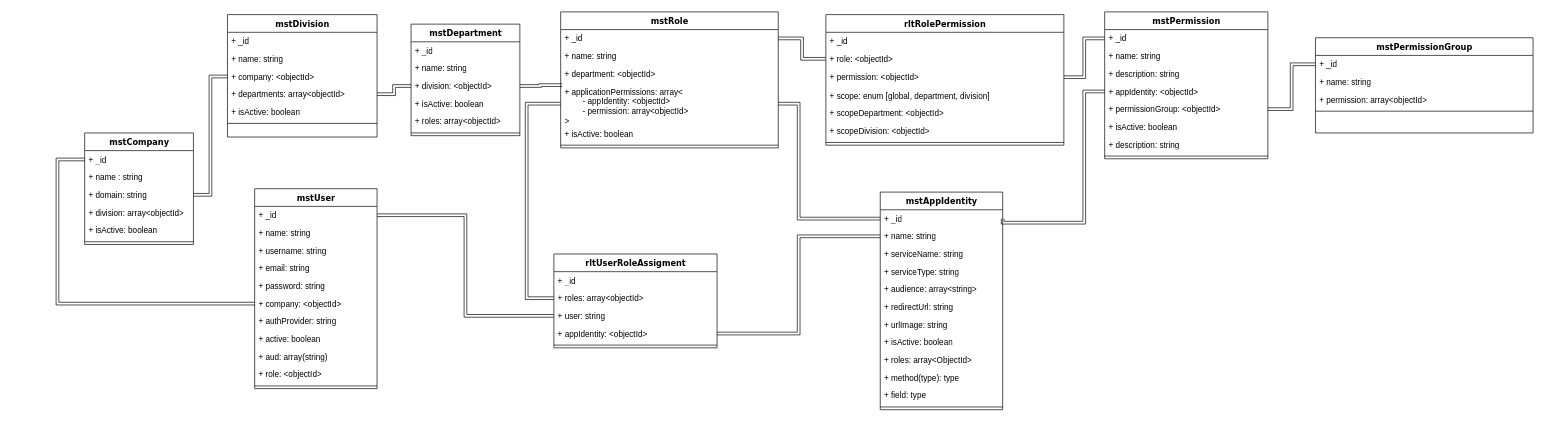
Before: star-sso-api.drawio in CodebarPhantom/aws-diagram, a draw.io diagram. Source tidied: cells renumbered, new cells numbered last; positions are measured from the earlier drawing's top-left corner, leaving out a move shared by most shapes. Both pictures are drawn from the tidied source at 68%, with x=0, y=0 at pixel (57, 12).
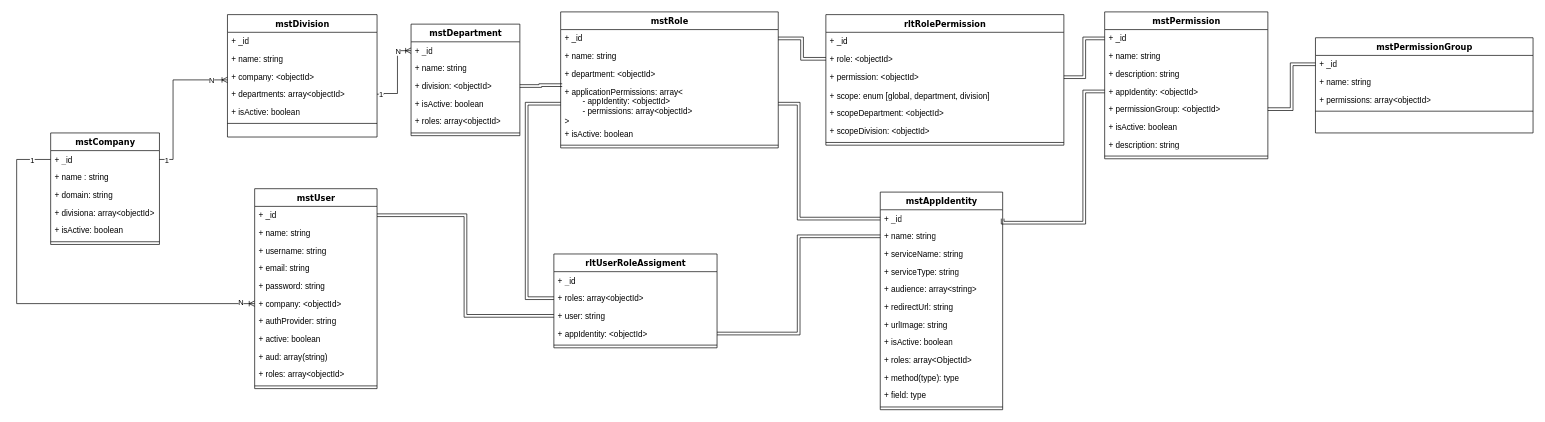
Above is the later version.

The change refers to these unchanged cells:
```xml
<mxCell id="3" value="+ _id" style="text;html=1;strokeColor=none;fillColor=none;align=left;verticalAlign=top;spacingLeft=4;spacingRight=4;whiteSpace=wrap;overflow=hidden;points=[[0,0.5],[1,0.5]];portConstraint=eastwest;" parent="2" vertex="1">
  <mxGeometry y="26" width="160" height="26" as="geometry" />
</mxCell>
<mxCell id="5" value="+ domain: string" style="text;html=1;strokeColor=none;fillColor=none;align=left;verticalAlign=top;spacingLeft=4;spacingRight=4;whiteSpace=wrap;overflow=hidden;points=[[0,0.5],[1,0.5]];portConstraint=eastwest;" parent="2" vertex="1">
  <mxGeometry y="78" width="160" height="26" as="geometry" />
</mxCell>
<mxCell id="10" value="+ _id" style="text;html=1;strokeColor=none;fillColor=none;align=left;verticalAlign=top;spacingLeft=4;spacingRight=4;whiteSpace=wrap;overflow=hidden;points=[[0,0.5],[1,0.5]];portConstraint=eastwest;" parent="9" vertex="1">
  <mxGeometry y="26" width="160" height="26" as="geometry" />
</mxCell>
<mxCell id="12" value="+ division: &amp;lt;objectId&amp;gt;" style="text;html=1;strokeColor=none;fillColor=none;align=left;verticalAlign=top;spacingLeft=4;spacingRight=4;whiteSpace=wrap;overflow=hidden;points=[[0,0.5],[1,0.5]];portConstraint=eastwest;" parent="9" vertex="1">
  <mxGeometry y="78" width="160" height="26" as="geometry" />
</mxCell>
<mxCell id="16" value="mstPermissionGroup" style="swimlane;html=1;fontStyle=1;align=center;verticalAlign=top;horizontal=1;startSize=26;swimlaneFillColor=#ffffff;rounded=0;shadow=0;comic=0;labelBackgroundColor=none;strokeWidth=1;fillColor=none;fontFamily=Verdana;fontSize=12;" parent="1" vertex="1">
  <mxGeometry x="1850" y="38" width="320" height="140" as="geometry" />
</mxCell>
<mxCell id="24" value="+ company: &amp;lt;objectId&amp;gt;" style="text;html=1;strokeColor=none;fillColor=none;align=left;verticalAlign=top;spacingLeft=4;spacingRight=4;whiteSpace=wrap;overflow=hidden;points=[[0,0.5],[1,0.5]];portConstraint=eastwest;" parent="21" vertex="1">
  <mxGeometry y="78" width="220" height="26" as="geometry" />
</mxCell>
<mxCell id="25" value="+ departments: array&amp;lt;objectId&amp;gt;" style="text;html=1;strokeColor=none;fillColor=none;align=left;verticalAlign=top;spacingLeft=4;spacingRight=4;whiteSpace=wrap;overflow=hidden;points=[[0,0.5],[1,0.5]];portConstraint=eastwest;" parent="21" vertex="1">
  <mxGeometry y="104" width="220" height="26" as="geometry" />
</mxCell>
<mxCell id="47" value="mstUser" style="swimlane;html=1;fontStyle=1;align=center;verticalAlign=top;horizontal=1;startSize=26;swimlaneFillColor=#ffffff;rounded=0;shadow=0;comic=0;labelBackgroundColor=none;strokeWidth=1;fillColor=none;fontFamily=Verdana;fontSize=12;" parent="1" vertex="1">
  <mxGeometry x="290" y="260" width="180" height="294" as="geometry" />
</mxCell>
<mxCell id="53" value="+ company: &amp;lt;objectId&amp;gt;" style="text;html=1;strokeColor=none;fillColor=none;align=left;verticalAlign=top;spacingLeft=4;spacingRight=4;whiteSpace=wrap;overflow=hidden;points=[[0,0.5],[1,0.5]];portConstraint=eastwest;" parent="47" vertex="1">
  <mxGeometry y="156" width="180" height="26" as="geometry" />
</mxCell>
<mxCell id="76" value="mstRole" style="swimlane;html=1;fontStyle=1;align=center;verticalAlign=top;horizontal=1;startSize=26;swimlaneFillColor=#ffffff;rounded=0;shadow=0;comic=0;labelBackgroundColor=none;strokeWidth=1;fillColor=none;fontFamily=Verdana;fontSize=12;" parent="1" vertex="1">
  <mxGeometry x="740" width="320" height="200" as="geometry" />
</mxCell>
```

What changed in the source:
```diff
@@
     <mxCell id="2" value="mstCompany" style="swimlane;html=1;fontStyle=1;align=center;verticalAlign=top;horizontal=1;startSize=26;swimlaneFillColor=#ffffff;rounded=0;shadow=0;comic=0;labelBackgroundColor=none;strokeWidth=1;fillColor=none;fontFamily=Verdana;fontSize=12;" parent="1" vertex="1">
-      <mxGeometry x="40" y="178" width="160" height="164" as="geometry" />
+      <mxGeometry x="-10" y="178" width="160" height="164" as="geometry" />
     </mxCell>
@@
-    <mxCell id="6" value="+ division: array&amp;lt;objectId&amp;gt;" style="text;html=1;strokeColor=none;fillColor=none;align=left;verticalAlign=top;spacingLeft=4;spacingRight=4;whiteSpace=wrap;overflow=hidden;" parent="2" vertex="1">
+    <mxCell id="6" value="+ divisiona: array&amp;lt;objectId&amp;gt;" style="text;html=1;strokeColor=none;fillColor=none;align=left;verticalAlign=top;spacingLeft=4;spacingRight=4;whiteSpace=wrap;overflow=hidden;" parent="2" vertex="1">
       <mxGeometry y="104" width="160" height="26" as="geometry" />
     </mxCell>
@@
-    <mxCell id="19" value="+ permission: array&amp;lt;objectId&amp;gt;" style="text;html=1;strokeColor=none;fillColor=none;align=left;verticalAlign=top;spacingLeft=4;spacingRight=4;whiteSpace=wrap;overflow=hidden;" parent="16" vertex="1">
+    <mxCell id="19" value="+ permissions: array&amp;lt;objectId&amp;gt;" style="text;html=1;strokeColor=none;fillColor=none;align=left;verticalAlign=top;spacingLeft=4;spacingRight=4;whiteSpace=wrap;overflow=hidden;" parent="16" vertex="1">
       <mxGeometry y="78" width="320" height="26" as="geometry" />
     </mxCell>
@@
-    <mxCell id="57" value="+ role: &amp;lt;objectId&amp;gt;" style="text;html=1;strokeColor=none;fillColor=none;align=left;verticalAlign=top;spacingLeft=4;spacingRight=4;whiteSpace=wrap;overflow=hidden;" parent="47" vertex="1">
+    <mxCell id="57" value="+ roles: array&amp;lt;objectId&amp;gt;" style="text;html=1;strokeColor=none;fillColor=none;align=left;verticalAlign=top;spacingLeft=4;spacingRight=4;whiteSpace=wrap;overflow=hidden;" parent="47" vertex="1">
       <mxGeometry y="260" width="180" height="26" as="geometry" />
     </mxCell>
@@
-    <mxCell id="80" value="+ applicationPermissions: array&amp;lt;&lt;div&gt;&lt;span style=&quot;background-color: transparent; color: light-dark(rgb(0, 0, 0), rgb(255, 255, 255));&quot;&gt;&lt;span style=&quot;white-space: pre;&quot;&gt;&#9;&lt;/span&gt;- appIdentity: &amp;lt;objectId&amp;gt;&lt;/span&gt;&lt;/div&gt;&lt;div&gt;&lt;span style=&quot;background-color: transparent; color: light-dark(rgb(0, 0, 0), rgb(255, 255, 255));&quot;&gt;&lt;span style=&quot;white-space: pre;&quot;&gt;&#9;&lt;/span&gt;- permission: array&amp;lt;objectId&amp;gt;&lt;/span&gt;&lt;/div&gt;&lt;div&gt;&lt;span style=&quot;background-color: transparent; color: light-dark(rgb(0, 0, 0), rgb(255, 255, 255));&quot;&gt;&amp;gt;&amp;nbsp;&lt;/span&gt;&lt;/div&gt;" style="text;html=1;strokeColor=none;fillColor=none;align=left;verticalAlign=top;spacingLeft=4;spacingRight=4;whiteSpace=wrap;overflow=hidden;points=[[0,0.5],[1,0.5]];portConstraint=eastwest;" parent="76" vertex="1">
+    <mxCell id="80" value="+ applicationPermissions: array&amp;lt;&lt;div&gt;&lt;span style=&quot;background-color: transparent; color: light-dark(rgb(0, 0, 0), rgb(255, 255, 255));&quot;&gt;&lt;span style=&quot;white-space: pre;&quot;&gt;&#9;&lt;/span&gt;- appIdentity: &amp;lt;objectId&amp;gt;&lt;/span&gt;&lt;/div&gt;&lt;div&gt;&lt;span style=&quot;background-color: transparent; color: light-dark(rgb(0, 0, 0), rgb(255, 255, 255));&quot;&gt;&lt;span style=&quot;white-space: pre;&quot;&gt;&#9;&lt;/span&gt;- permissions: array&amp;lt;objectId&amp;gt;&lt;/span&gt;&lt;/div&gt;&lt;div&gt;&lt;span style=&quot;background-color: transparent; color: light-dark(rgb(0, 0, 0), rgb(255, 255, 255));&quot;&gt;&amp;gt;&amp;nbsp;&lt;/span&gt;&lt;/div&gt;" style="text;html=1;strokeColor=none;fillColor=none;align=left;verticalAlign=top;spacingLeft=4;spacingRight=4;whiteSpace=wrap;overflow=hidden;points=[[0,0.5],[1,0.5]];portConstraint=eastwest;" parent="76" vertex="1">
       <mxGeometry y="104" width="320" height="62" as="geometry" />
     </mxCell>
@@
-    <mxCell id="83" style="edgeStyle=orthogonalEdgeStyle;rounded=0;jettySize=auto;html=1;exitX=1;exitY=0.5;exitDx=0;exitDy=0;entryX=0;entryY=0.5;entryDx=0;entryDy=0;shape=link;" parent="1" edge="1" source="5" target="24">
-      <mxGeometry relative="1" as="geometry" />
-    </mxCell>
-    <mxCell id="84" style="edgeStyle=orthogonalEdgeStyle;rounded=0;jettySize=auto;html=1;shape=link;" parent="1" edge="1" source="25" target="12">
-      <mxGeometry relative="1" as="geometry" />
-    </mxCell>
@@
-    <mxCell id="91" style="edgeStyle=orthogonalEdgeStyle;rounded=0;jettySize=auto;html=1;exitX=0;exitY=0.5;exitDx=0;exitDy=0;entryX=0;entryY=0.5;entryDx=0;entryDy=0;shape=link;" parent="1" edge="1" source="3" target="53">
-      <mxGeometry relative="1" as="geometry">
-        <Array as="points">
-          <mxPoint y="217" />
-          <mxPoint y="429" />
-        </Array>
-      </mxGeometry>
-    </mxCell>
@@
+    <mxCell id="91" style="edgeStyle=orthogonalEdgeStyle;fontSize=12;html=1;endArrow=ERoneToMany;rounded=0;exitX=0;exitY=0.5;exitDx=0;exitDy=0;entryX=0;entryY=0.5;entryDx=0;entryDy=0;" parent="1" edge="1" source="3" target="53">
+      <mxGeometry relative="1" as="geometry">
+        <Array as="points">
+          <mxPoint x="-60" y="217" />
+          <mxPoint x="-60" y="429" />
+        </Array>
+      </mxGeometry>
+    </mxCell>
+    <mxCell id="95" value="1" style="edgeLabel;html=1;align=center;verticalAlign=middle;" parent="91" vertex="1">
+      <mxGeometry x="-0.91" relative="1" as="geometry" />
+    </mxCell>
+    <mxCell id="96" value="N" style="edgeLabel;html=1;align=center;verticalAlign=middle;" parent="91" vertex="1">
+      <mxGeometry x="0.58" y="2" relative="1" as="geometry">
+        <mxPoint x="108" as="offset" />
+      </mxGeometry>
+    </mxCell>
+    <mxCell id="97" style="edgeStyle=orthogonalEdgeStyle;fontSize=12;html=1;endArrow=ERoneToMany;rounded=0;exitX=1;exitY=0.5;exitDx=0;exitDy=0;" parent="1" edge="1" source="3">
+      <mxGeometry relative="1" as="geometry">
+        <mxPoint x="250" y="100" as="targetPoint" />
+        <Array as="points">
+          <mxPoint x="170" y="217" />
+          <mxPoint x="170" y="100" />
+        </Array>
+      </mxGeometry>
+    </mxCell>
+    <mxCell id="98" value="1" style="edgeLabel;html=1;align=center;verticalAlign=middle;" parent="97" vertex="1">
+      <mxGeometry x="-0.91" relative="1" as="geometry" />
+    </mxCell>
+    <mxCell id="99" value="N" style="edgeLabel;html=1;align=center;verticalAlign=middle;" parent="97" vertex="1">
+      <mxGeometry x="0.78" relative="1" as="geometry" />
+    </mxCell>
+    <mxCell id="100" style="edgeStyle=orthogonalEdgeStyle;fontSize=12;html=1;endArrow=ERoneToMany;rounded=0;exitX=1;exitY=0.5;exitDx=0;exitDy=0;entryX=0;entryY=0.5;entryDx=0;entryDy=0;" parent="1" edge="1" source="25" target="10">
+      <mxGeometry relative="1" as="geometry">
+        <Array as="points">
+          <mxPoint x="480" y="121" />
+          <mxPoint x="480" y="120" />
+          <mxPoint x="500" y="120" />
+          <mxPoint x="500" y="57" />
+        </Array>
+      </mxGeometry>
+    </mxCell>
+    <mxCell id="101" value="1" style="edgeLabel;html=1;align=center;verticalAlign=middle;" parent="100" vertex="1">
+      <mxGeometry x="-0.91" relative="1" as="geometry" />
+    </mxCell>
+    <mxCell id="102" value="N" style="edgeLabel;html=1;align=center;verticalAlign=middle;" parent="100" vertex="1">
+      <mxGeometry x="0.78" relative="1" as="geometry">
+        <mxPoint x="-7" as="offset" />
+      </mxGeometry>
+    </mxCell>
```
